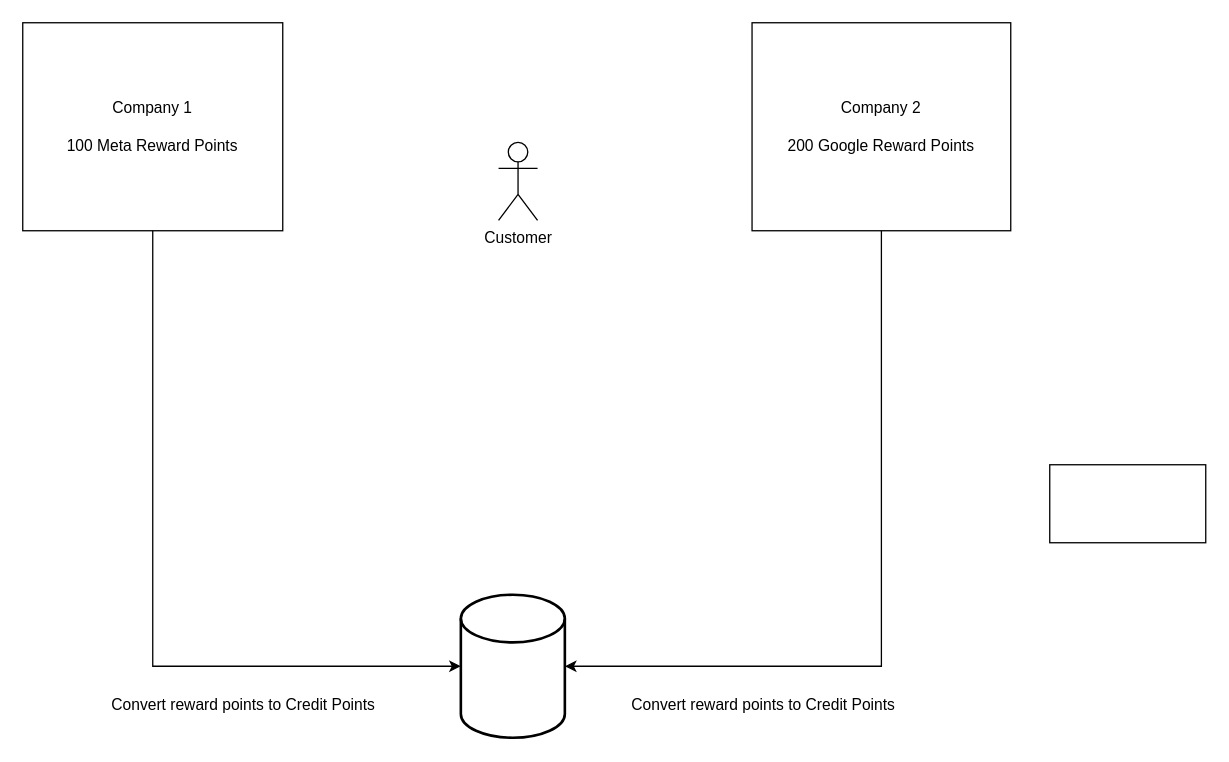
This is Design/Untitled Diagram.drawio from sijan-acharya1/Credit-Points, a draw.io file, before an edit. Source tidied: cells renumbered, new cells numbered last; positions are measured from the earlier drawing's top-left corner, leaving out a move shared by most shapes. Both pictures are drawn from the tidied source at 130%, with x=0, y=0 at pixel (22, 22).
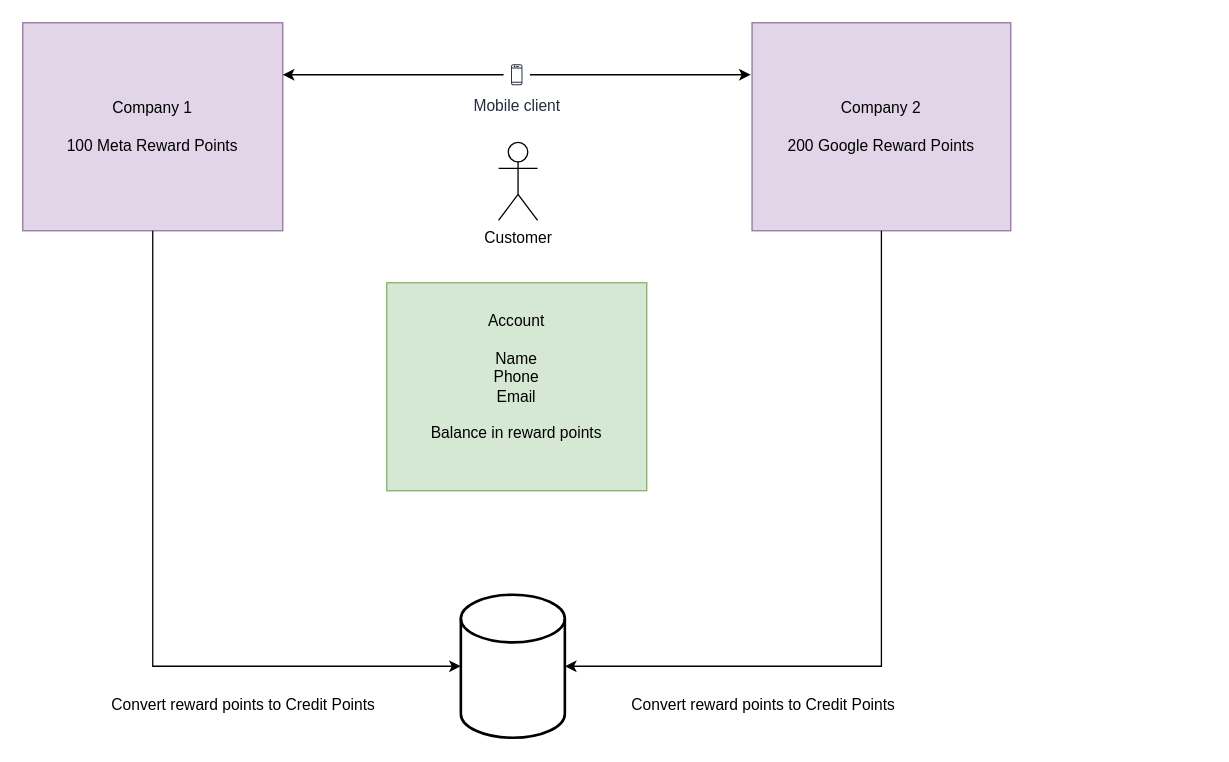
After the change.

The edit, as a diff of the source:
```diff
@@
 <mxGraphModel>
   <root>
     <mxCell id="0" />
     <mxCell id="1" parent="0" />
     <mxCell id="2" value="Customer" style="shape=umlActor;verticalLabelPosition=bottom;verticalAlign=top;html=1;" parent="1" vertex="1">
       <mxGeometry x="366" y="92" width="30" height="60" as="geometry" />
     </mxCell>
-    <mxCell id="3" value="Company 1&lt;div&gt;&lt;br&gt;&lt;/div&gt;&lt;div&gt;100 Meta Reward Points&lt;/div&gt;" style="rounded=0;whiteSpace=wrap;html=1;" parent="1" vertex="1">
+    <mxCell id="3" value="Company 1&lt;div&gt;&lt;br&gt;&lt;/div&gt;&lt;div&gt;100 Meta Reward Points&lt;/div&gt;" style="rounded=0;whiteSpace=wrap;html=1;fillColor=#e1d5e7;strokeColor=#9673a6;" parent="1" vertex="1">
       <mxGeometry width="200" height="160" as="geometry" />
     </mxCell>
     <mxCell id="4" style="strokeWidth=2;html=1;shape=mxgraph.flowchart.database;whiteSpace=wrap;" parent="1" vertex="1">
       <mxGeometry x="337" y="440" width="80" height="110" as="geometry" />
     </mxCell>
-    <mxCell id="5" value="Company 2&lt;div&gt;&lt;br&gt;&lt;/div&gt;&lt;div&gt;200 Google Reward Points&lt;/div&gt;" style="rounded=0;whiteSpace=wrap;html=1;" parent="1" vertex="1">
+    <mxCell id="5" value="Company 2&lt;div&gt;&lt;br&gt;&lt;/div&gt;&lt;div&gt;200 Google Reward Points&lt;/div&gt;" style="rounded=0;whiteSpace=wrap;html=1;fillColor=#e1d5e7;strokeColor=#9673a6;" parent="1" vertex="1">
       <mxGeometry x="561" width="199" height="160" as="geometry" />
     </mxCell>
     <mxCell id="6" value="Convert reward points to Credit Points" style="text;html=1;align=center;verticalAlign=middle;whiteSpace=wrap;rounded=0;" parent="1" vertex="1">
       <mxGeometry x="60" y="510" width="220" height="30" as="geometry" />
     </mxCell>
     <mxCell id="7" value="Convert reward points to Credit Points" style="text;html=1;align=center;verticalAlign=middle;whiteSpace=wrap;rounded=0;" parent="1" vertex="1">
       <mxGeometry x="460" y="510" width="220" height="30" as="geometry" />
     </mxCell>
     <mxCell id="8" style="edgeStyle=orthogonalEdgeStyle;rounded=0;jettySize=auto;html=1;exitX=0.5;exitY=1;exitDx=0;exitDy=0;entryX=0;entryY=0.5;entryDx=0;entryDy=0;entryPerimeter=0;" parent="1" edge="1" source="3" target="4">
       <mxGeometry relative="1" as="geometry" />
     </mxCell>
     <mxCell id="9" style="edgeStyle=orthogonalEdgeStyle;rounded=0;jettySize=auto;html=1;exitX=0.5;exitY=1;exitDx=0;exitDy=0;entryX=1;entryY=0.5;entryDx=0;entryDy=0;entryPerimeter=0;" parent="1" edge="1" source="5" target="4">
       <mxGeometry relative="1" as="geometry" />
     </mxCell>
-    <mxCell id="10" style="rounded=0;whiteSpace=wrap;html=1;" parent="1" vertex="1">
-      <mxGeometry x="790" y="340" width="120" height="60" as="geometry" />
+    <mxCell id="10" value="Account&lt;div&gt;&lt;br&gt;&lt;/div&gt;&lt;div&gt;Name&lt;/div&gt;&lt;div&gt;Phone&lt;/div&gt;&lt;div&gt;Email&lt;/div&gt;&lt;div&gt;&lt;br&gt;&lt;/div&gt;&lt;div&gt;Balance in reward points&lt;/div&gt;&lt;div&gt;&lt;br&gt;&lt;/div&gt;" style="rounded=0;whiteSpace=wrap;html=1;fillColor=#d5e8d4;strokeColor=#82b366;" parent="1" vertex="1">
+      <mxGeometry x="280" y="200" width="200" height="160" as="geometry" />
     </mxCell>
+    <mxCell id="11" style="edgeStyle=orthogonalEdgeStyle;rounded=0;jettySize=auto;html=1;" parent="1" edge="1" source="13">
+      <mxGeometry relative="1" as="geometry">
+        <mxPoint x="560" y="40" as="targetPoint" />
+      </mxGeometry>
+    </mxCell>
+    <mxCell id="12" style="edgeStyle=orthogonalEdgeStyle;rounded=0;jettySize=auto;html=1;entryX=1;entryY=0.25;entryDx=0;entryDy=0;" parent="1" edge="1" source="13" target="3">
+      <mxGeometry relative="1" as="geometry" />
+    </mxCell>
+    <mxCell id="13" value="Mobile client" style="sketch=0;outlineConnect=0;fontColor=#232F3E;gradientColor=none;strokeColor=#232F3E;fillColor=#ffffff;dashed=0;verticalLabelPosition=bottom;verticalAlign=top;align=center;html=1;fontSize=12;fontStyle=0;shape=mxgraph.aws4.resourceIcon;resIcon=mxgraph.aws4.mobile_client;" parent="1" vertex="1">
+      <mxGeometry x="370" y="30" width="20" height="20" as="geometry" />
+    </mxCell>
   </root>
 </mxGraphModel>
```
